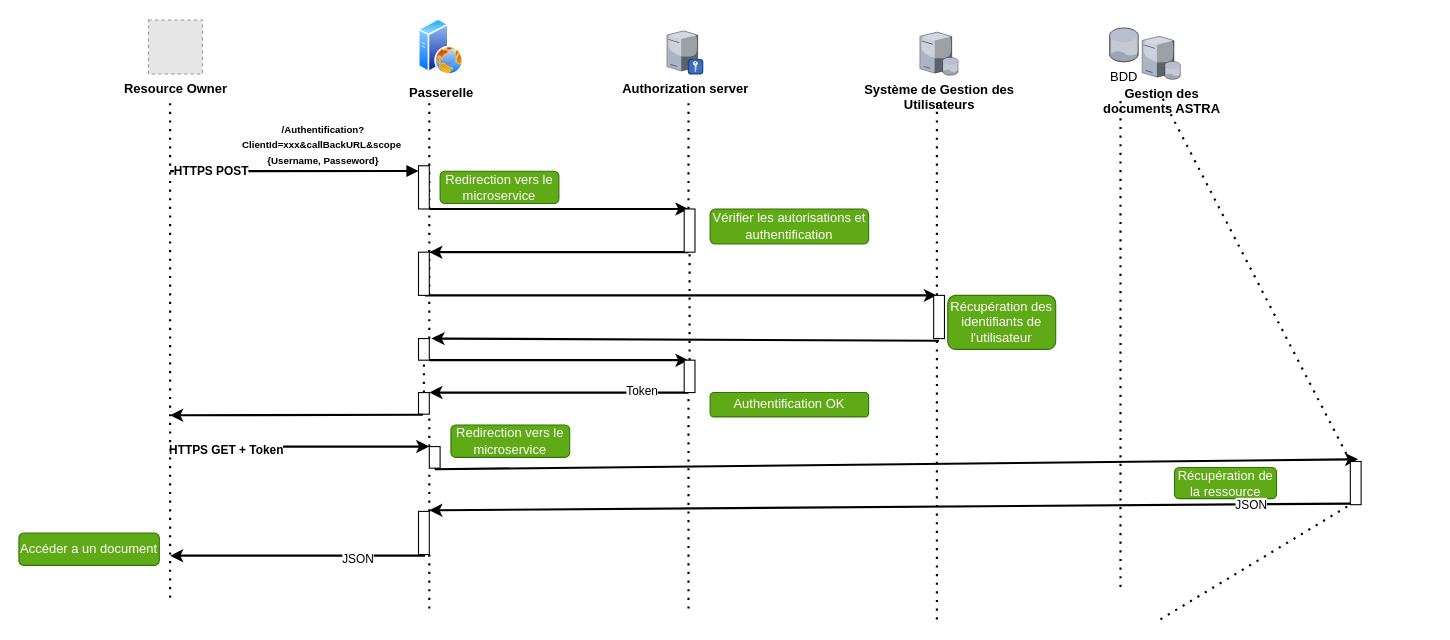
Before: page "Diagr_SequenceAstraRecherche" (7 of 9) of AstraComponentDiagr.drawio in Lamessolo/ProjetLeadTech, a draw.io diagram. Source tidied: cells renumbered, new cells numbered last; positions are measured from the earlier drawing's top-left corner, leaving out a move shared by most shapes. Both pictures are drawn from the tidied source at 108%, with x=0, y=0 at pixel (18, 18). Pictures stored in the file or linked from it are replaced by grey dashed boxes.
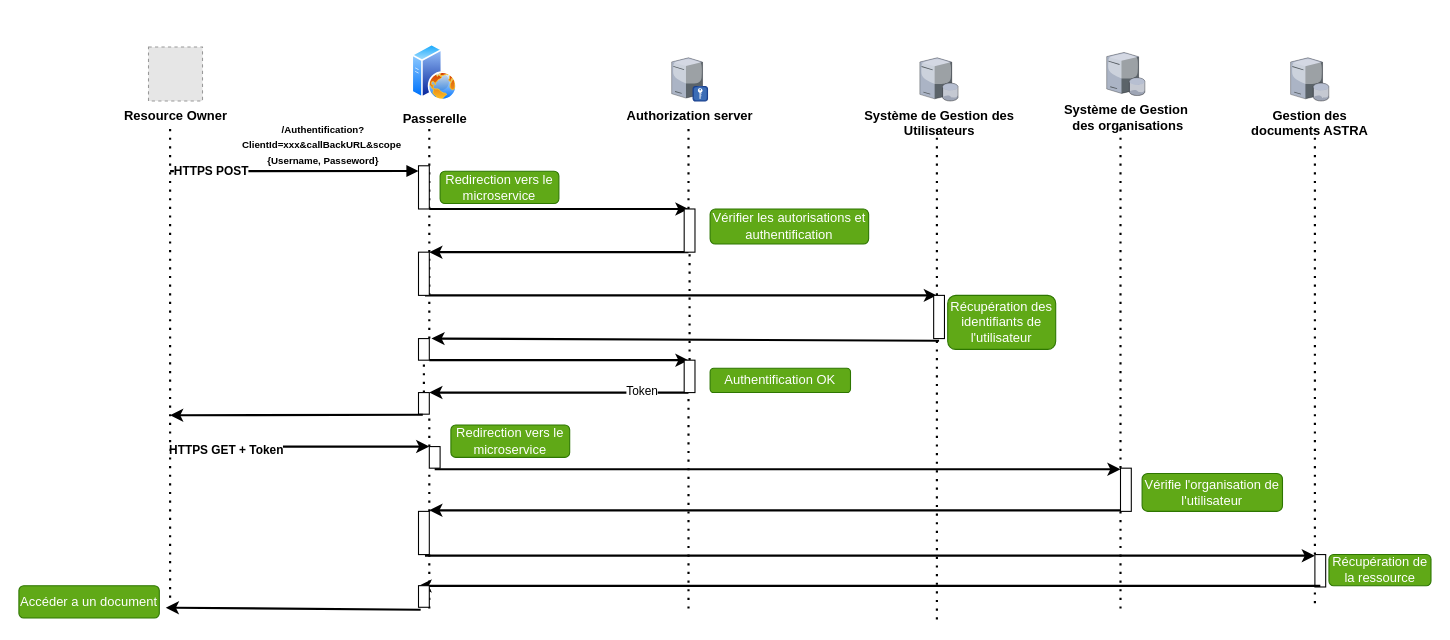
The same diagram, later.

Unchanged cells that the change refers to:
```xml
<mxCell id="9" value="&lt;b&gt;&lt;font style=&quot;font-size: 9px&quot;&gt;/Authentification?ClientId=xxx&amp;amp;callBackURL&amp;amp;scope&amp;nbsp; {Username, Passeword}&lt;/font&gt;&lt;/b&gt;" style="text;html=1;strokeColor=none;fillColor=none;align=center;verticalAlign=middle;whiteSpace=wrap;rounded=0;" parent="1" vertex="1">
  <mxGeometry x="184" y="96" width="196" height="40" as="geometry" />
</mxCell>
<mxCell id="21" style="html=1;points=[];perimeter=orthogonalPerimeter;" parent="1" vertex="1">
  <mxGeometry x="616" y="176" width="10" height="40" as="geometry" />
</mxCell>
<mxCell id="30" style="html=1;points=[];perimeter=orthogonalPerimeter;" parent="1" vertex="1">
  <mxGeometry x="847" y="256" width="10" height="40" as="geometry" />
</mxCell>
<mxCell id="33" style="html=1;points=[];perimeter=orthogonalPerimeter;" parent="1" vertex="1">
  <mxGeometry x="370" y="296" width="10" height="20" as="geometry" />
</mxCell>
<mxCell id="43" style="html=1;points=[];perimeter=orthogonalPerimeter;" parent="1" vertex="1">
  <mxGeometry x="380" y="396" width="10" height="20" as="geometry" />
</mxCell>
<mxCell id="48" style="endArrow=classic;html=1;strokeWidth=2;exitX=0.2;exitY=0.975;exitDx=0;exitDy=0;exitPerimeter=0;" parent="1" edge="1" source="50">
  <mxGeometry relative="1" as="geometry">
    <mxPoint x="380" y="455" as="targetPoint" />
  </mxGeometry>
</mxCell>
<mxCell id="52" style="html=1;points=[];perimeter=orthogonalPerimeter;" parent="1" vertex="1">
  <mxGeometry x="370" y="456" width="10" height="40" as="geometry" />
</mxCell>
```

Change to the diagram source:
```diff
@@
     <mxCell id="2" value="&lt;b&gt;Resource Owner&lt;/b&gt;" style="fillColor=#E6E6E6;strokeColor=#999999;dashed=1;html=1;verticalAlign=top;verticalLabelPosition=bottom;labelBackgroundColor=#ffffff;" parent="1" vertex="1">
-      <mxGeometry x="120" y="1" width="50" height="50" as="geometry" />
+      <mxGeometry x="120" y="26" width="50" height="50" as="geometry" />
     </mxCell>
     <mxCell id="3" style="endArrow=none;dashed=1;html=1;dashPattern=1 3;strokeWidth=2;" parent="1" edge="1">
       <mxGeometry relative="1" as="geometry">
         <mxPoint x="140" y="536" as="sourcePoint" />
-        <mxPoint x="140" y="76" as="targetPoint" />
+        <mxPoint x="140" y="96" as="targetPoint" />
       </mxGeometry>
     </mxCell>
     <mxCell id="4" value="&lt;b&gt;Passerelle&lt;/b&gt;" style="perimeter=ellipsePerimeter;html=1;align=center;shadow=0;dashed=0;spacingTop=3;image;image=img/lib/active_directory/web_server.svg;" parent="1" vertex="1">
-      <mxGeometry x="370" y="-0.2" width="42" height="52.5" as="geometry" />
+      <mxGeometry x="364" y="23.5" width="42" height="52.5" as="geometry" />
     </mxCell>
-    <mxCell id="5" style="endArrow=none;dashed=1;html=1;dashPattern=1 3;strokeWidth=2;" parent="1" edge="1" source="33">
-      <mxGeometry relative="1" as="geometry">
-        <mxPoint x="380" y="76" as="targetPoint" />
-      </mxGeometry>
+    <mxCell id="5" style="endArrow=none;dashed=1;html=1;dashPattern=1 3;strokeWidth=2;entryX=1;entryY=0;entryDx=0;entryDy=0;" parent="1" edge="1" source="33" target="9">
+      <mxGeometry relative="1" as="geometry" />
     </mxCell>
     <mxCell id="6" value="&lt;b&gt;Authorization server&lt;/b&gt;" style="verticalLabelPosition=bottom;html=1;verticalAlign=top;strokeColor=none;align=center;shape=mxgraph.citrix.radius_server;" parent="1" vertex="1">
-      <mxGeometry x="600" y="11" width="33.2" height="40" as="geometry" />
+      <mxGeometry x="604.4" y="36" width="33.2" height="40" as="geometry" />
     </mxCell>
     <mxCell id="7" style="endArrow=none;dashed=1;html=1;dashPattern=1 3;strokeWidth=2;" parent="1" edge="1" source="21">
       <mxGeometry relative="1" as="geometry">
-        <mxPoint x="620" y="76" as="targetPoint" />
+        <mxPoint x="620" y="96" as="targetPoint" />
       </mxGeometry>
     </mxCell>
@@
     <mxCell id="23" style="endArrow=none;dashed=1;html=1;dashPattern=1 3;strokeWidth=2;" parent="1" edge="1" source="30">
       <mxGeometry relative="1" as="geometry">
-        <mxPoint x="850" y="76" as="targetPoint" />
+        <mxPoint x="850" y="96" as="targetPoint" />
       </mxGeometry>
     </mxCell>
@@
     <mxCell id="25" value="&lt;b&gt;Gestion des &lt;br&gt;documents ASTRA&lt;/b&gt;" style="verticalLabelPosition=bottom;html=1;verticalAlign=top;strokeColor=none;align=center;shape=mxgraph.citrix.database_server;" parent="1" vertex="1">
-      <mxGeometry x="1040" y="16" width="35.5" height="40" as="geometry" />
+      <mxGeometry x="1177.5" y="36" width="35.5" height="40" as="geometry" />
     </mxCell>
-    <mxCell id="26" style="endArrow=none;dashed=1;html=1;dashPattern=1 3;strokeWidth=2;" parent="1" edge="1" source="50">
-      <mxGeometry relative="1" as="geometry">
-        <mxPoint x="1057" y="69.8" as="targetPoint" />
-      </mxGeometry>
-    </mxCell>
     <mxCell id="27" value="Accéder a un document" style="rounded=1;whiteSpace=wrap;html=1;strokeColor=#2D7600;fillColor=#60a917;fontColor=#ffffff;" parent="1" vertex="1">
-      <mxGeometry y="476" width="130" height="30" as="geometry" />
+      <mxGeometry y="524.8" width="130" height="30" as="geometry" />
     </mxCell>
     <mxCell id="28" value="&lt;b&gt;Système&amp;nbsp;de Gestion des &lt;/b&gt;&lt;br&gt;&lt;b&gt;Utilisateurs&lt;/b&gt;" style="verticalLabelPosition=bottom;html=1;verticalAlign=top;strokeColor=none;align=center;shape=mxgraph.citrix.database_server;" parent="1" vertex="1">
-      <mxGeometry x="834.2" y="12.2" width="35.5" height="40" as="geometry" />
+      <mxGeometry x="834.2" y="36" width="35.5" height="40" as="geometry" />
     </mxCell>
@@
     <mxCell id="38" value="Authentification OK" style="rounded=1;whiteSpace=wrap;html=1;strokeColor=#2D7600;fillColor=#60a917;fontColor=#ffffff;" parent="1" vertex="1">
-      <mxGeometry x="640" y="346" width="146.8" height="22.5" as="geometry" />
+      <mxGeometry x="640" y="323.5" width="130" height="22.5" as="geometry" />
     </mxCell>
@@
-    <mxCell id="45" style="endArrow=classic;html=1;strokeWidth=2;exitX=0.5;exitY=1.05;exitDx=0;exitDy=0;exitPerimeter=0;entryX=0.722;entryY=-0.05;entryDx=0;entryDy=0;entryPerimeter=0;" parent="1" edge="1" source="43" target="50">
-      <mxGeometry relative="1" as="geometry" />
+    <mxCell id="45" style="endArrow=classic;html=1;strokeWidth=2;exitX=0.5;exitY=1.05;exitDx=0;exitDy=0;exitPerimeter=0;" parent="1" edge="1" source="43">
+      <mxGeometry relative="1" as="geometry">
+        <mxPoint x="1020" y="417" as="targetPoint" />
+      </mxGeometry>
     </mxCell>
@@
     <mxCell id="47" value="Récupération de la ressource" style="rounded=1;whiteSpace=wrap;html=1;strokeColor=#2D7600;fillColor=#60a917;fontColor=#ffffff;" parent="1" vertex="1">
-      <mxGeometry x="1070" y="415.4" width="94.5" height="28.8" as="geometry" />
+      <mxGeometry x="1213" y="496" width="94.5" height="28.8" as="geometry" />
     </mxCell>
@@
-    <mxCell id="49" value="JSON" style="edgeLabel;html=1;align=center;verticalAlign=middle;" parent="48" vertex="1">
-      <mxGeometry x="-0.78" relative="1" as="geometry" />
-    </mxCell>
-    <mxCell id="50" style="html=1;points=[];perimeter=orthogonalPerimeter;" parent="1" vertex="1">
-      <mxGeometry x="1232.8" y="409.8" width="10" height="40" as="geometry" />
-    </mxCell>
-    <mxCell id="51" style="endArrow=none;dashed=1;html=1;dashPattern=1 3;strokeWidth=2;" parent="1" edge="1" target="50">
-      <mxGeometry relative="1" as="geometry">
-        <mxPoint x="1057" y="556" as="sourcePoint" />
-      </mxGeometry>
-    </mxCell>
@@
     <mxCell id="54" style="endArrow=classic;html=1;strokeWidth=2;exitX=0.6;exitY=1.025;exitDx=0;exitDy=0;exitPerimeter=0;" parent="1" edge="1" source="52">
       <mxGeometry relative="1" as="geometry">
-        <mxPoint x="140" y="497" as="targetPoint" />
+        <mxPoint x="1200" y="497" as="targetPoint" />
       </mxGeometry>
     </mxCell>
-    <mxCell id="55" value="JSON" style="edgeLabel;html=1;align=center;verticalAlign=middle;" parent="54" vertex="1">
-      <mxGeometry x="-0.47" y="2" relative="1" as="geometry" />
-    </mxCell>
-    <mxCell id="56" value="BDD" style="verticalLabelPosition=bottom;html=1;verticalAlign=top;strokeColor=none;align=center;shape=mxgraph.citrix.database;" parent="1" vertex="1">
-      <mxGeometry x="1010" y="8.5" width="26.6" height="31.2" as="geometry" />
-    </mxCell>
-    <mxCell id="57" style="endArrow=none;dashed=1;html=1;dashPattern=1 3;strokeWidth=2;" parent="1" edge="1">
+    <mxCell id="57" style="endArrow=none;dashed=1;html=1;dashPattern=1 3;strokeWidth=2;" parent="1" edge="1" source="50">
       <mxGeometry relative="1" as="geometry">
-        <mxPoint x="1020" y="526" as="sourcePoint" />
-        <mxPoint x="1020" y="76" as="targetPoint" />
+        <mxPoint x="1020" y="96" as="targetPoint" />
       </mxGeometry>
     </mxCell>
+    <mxCell id="58" value="&lt;b&gt;Système&amp;nbsp;de Gestion&lt;/b&gt;&lt;br&gt;&lt;b&gt;&amp;nbsp;des organisations&lt;/b&gt;" style="verticalLabelPosition=bottom;html=1;verticalAlign=top;strokeColor=none;align=center;shape=mxgraph.citrix.database_server;" parent="1" vertex="1">
+      <mxGeometry x="1007.2" y="31" width="35.5" height="40" as="geometry" />
+    </mxCell>
+    <mxCell id="59" style="endArrow=none;dashed=1;html=1;dashPattern=1 3;strokeWidth=2;" parent="1" edge="1" source="61">
+      <mxGeometry relative="1" as="geometry">
+        <mxPoint x="1200" y="96" as="targetPoint" />
+      </mxGeometry>
+    </mxCell>
+    <mxCell id="50" style="html=1;points=[];perimeter=orthogonalPerimeter;" parent="1" vertex="1">
+      <mxGeometry x="1020" y="416" width="10" height="40" as="geometry" />
+    </mxCell>
+    <mxCell id="60" style="endArrow=none;dashed=1;html=1;dashPattern=1 3;strokeWidth=2;" parent="1" edge="1" target="50">
+      <mxGeometry relative="1" as="geometry">
+        <mxPoint x="1020" y="546" as="sourcePoint" />
+      </mxGeometry>
+    </mxCell>
+    <mxCell id="61" style="html=1;points=[];perimeter=orthogonalPerimeter;" parent="1" vertex="1">
+      <mxGeometry x="1200" y="496" width="10" height="30" as="geometry" />
+    </mxCell>
+    <mxCell id="62" style="endArrow=none;dashed=1;html=1;dashPattern=1 3;strokeWidth=2;" parent="1" edge="1" target="61">
+      <mxGeometry relative="1" as="geometry">
+        <mxPoint x="1200" y="541" as="sourcePoint" />
+      </mxGeometry>
+    </mxCell>
+    <mxCell id="63" style="endArrow=classic;html=1;strokeWidth=2;exitX=0.5;exitY=0.967;exitDx=0;exitDy=0;exitPerimeter=0;" parent="1" edge="1" source="61">
+      <mxGeometry relative="1" as="geometry">
+        <mxPoint x="370" y="525" as="targetPoint" />
+      </mxGeometry>
+    </mxCell>
+    <mxCell id="64" value="Vérifie l'organisation de l'utilisateur" style="rounded=1;whiteSpace=wrap;html=1;strokeColor=#2D7600;fillColor=#60a917;fontColor=#ffffff;" parent="1" vertex="1">
+      <mxGeometry x="1040" y="421" width="130" height="35" as="geometry" />
+    </mxCell>
+    <mxCell id="65" style="html=1;points=[];perimeter=orthogonalPerimeter;" parent="1" vertex="1">
+      <mxGeometry x="370" y="524.8" width="10" height="20" as="geometry" />
+    </mxCell>
+    <mxCell id="66" style="endArrow=classic;html=1;strokeWidth=2;exitX=0.2;exitY=1.113;exitDx=0;exitDy=0;exitPerimeter=0;" parent="1" edge="1" source="65">
+      <mxGeometry relative="1" as="geometry">
+        <mxPoint x="136" y="545.2" as="targetPoint" />
+      </mxGeometry>
+    </mxCell>
```
